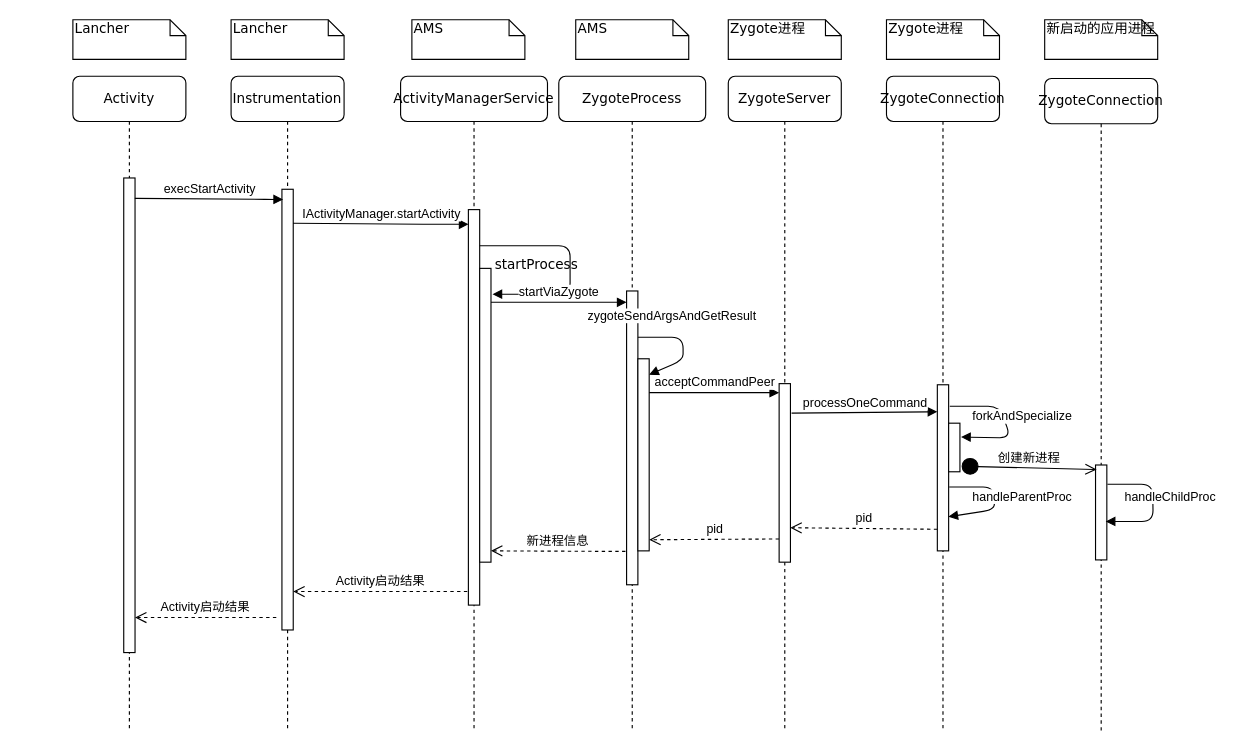
The draw.io diagram thesis/figure_intermediate/app_start.drawio in january147/Graduation_Project, before the edit. Source tidied: cells renumbered, new cells numbered last; positions are measured from the earlier drawing's top-left corner, leaving out a move shared by most shapes. Both pictures are drawn from the tidied source at 113%, with x=0, y=0 at pixel (72, 19).
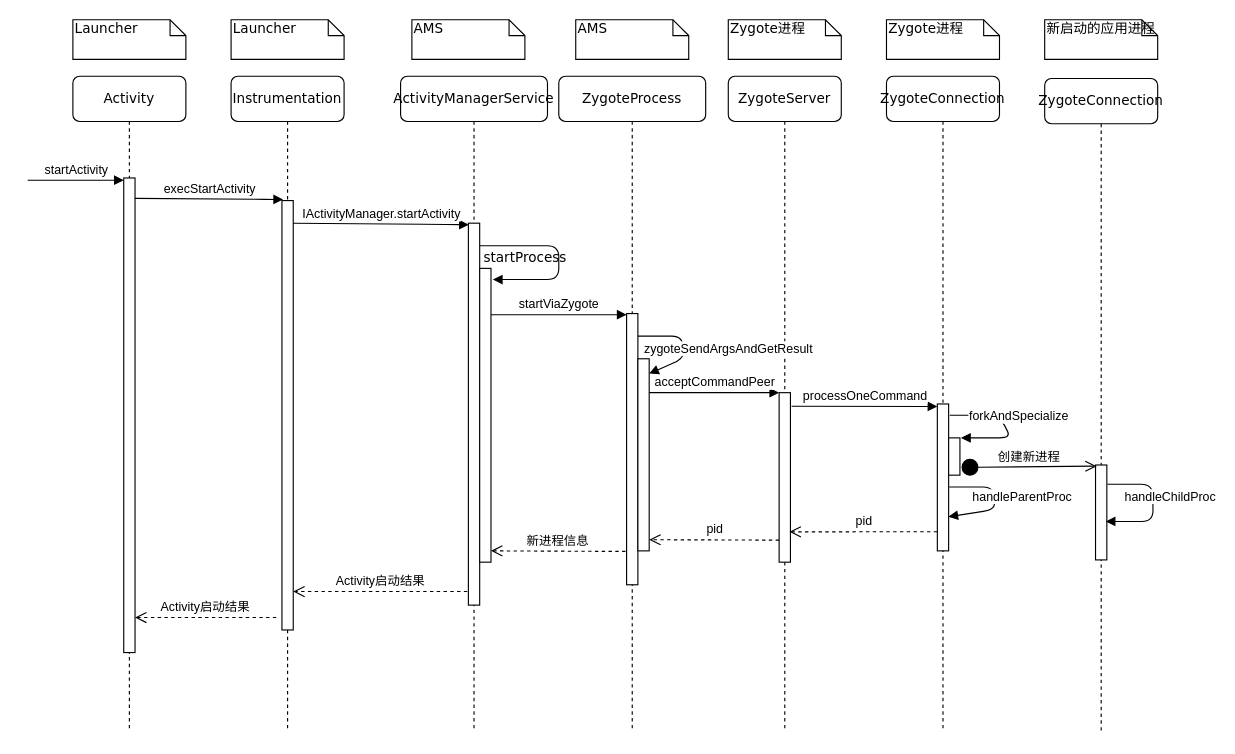
Above is the later version.

The change refers to these unchanged cells:
```xml
<mxCell id="2" value="&lt;div&gt;&lt;span&gt;Instrumentation&lt;/span&gt;&lt;/div&gt;" style="shape=umlLifeline;perimeter=lifelinePerimeter;whiteSpace=wrap;html=1;rounded=1;shadow=0;comic=0;labelBackgroundColor=none;strokeColor=#000000;strokeWidth=1;fillColor=#FFFFFF;fontFamily=Verdana;fontSize=12;fontColor=#000000;align=center;" parent="1" vertex="1">
  <mxGeometry x="140" y="50" width="100" height="580" as="geometry" />
</mxCell>
<mxCell id="4" value="ActivityManagerService" style="shape=umlLifeline;perimeter=lifelinePerimeter;whiteSpace=wrap;html=1;rounded=1;shadow=0;comic=0;labelBackgroundColor=none;strokeColor=#000000;strokeWidth=1;fillColor=#FFFFFF;fontFamily=Verdana;fontSize=12;fontColor=#000000;align=center;" parent="1" vertex="1">
  <mxGeometry x="290" y="50" width="130" height="580" as="geometry" />
</mxCell>
<mxCell id="7" value="ZygoteServer" style="shape=umlLifeline;perimeter=lifelinePerimeter;whiteSpace=wrap;html=1;rounded=1;shadow=0;comic=0;labelBackgroundColor=none;strokeColor=#000000;strokeWidth=1;fillColor=#FFFFFF;fontFamily=Verdana;fontSize=12;fontColor=#000000;align=center;" parent="1" vertex="1">
  <mxGeometry x="580" y="50" width="100" height="580" as="geometry" />
</mxCell>
<mxCell id="9" value="ZygoteConnection" style="shape=umlLifeline;perimeter=lifelinePerimeter;whiteSpace=wrap;html=1;rounded=1;shadow=0;comic=0;labelBackgroundColor=none;strokeColor=#000000;strokeWidth=1;fillColor=#FFFFFF;fontFamily=Verdana;fontSize=12;fontColor=#000000;align=center;" parent="1" vertex="1">
  <mxGeometry x="720" y="50" width="100" height="580" as="geometry" />
</mxCell>
<mxCell id="12" style="html=1;points=[];perimeter=orthogonalPerimeter;rounded=0;shadow=0;comic=0;labelBackgroundColor=none;strokeColor=#000000;strokeWidth=1;fillColor=#FFFFFF;fontFamily=Verdana;fontSize=12;fontColor=#000000;align=center;" parent="11" vertex="1">
  <mxGeometry x="45" y="342" width="10" height="84" as="geometry" />
</mxCell>
<mxCell id="26" style="html=1;points=[];perimeter=orthogonalPerimeter;rounded=0;shadow=0;comic=0;labelBackgroundColor=none;strokeColor=#000000;strokeWidth=1;fillColor=#FFFFFF;fontFamily=Verdana;fontSize=12;fontColor=#000000;align=center;" parent="1" vertex="1">
  <mxGeometry x="360" y="220" width="10" height="260" as="geometry" />
</mxCell>
```

Change to the diagram source:
```diff
@@
     <mxCell id="3" style="html=1;perimeter=orthogonalPerimeter;rounded=0;shadow=0;comic=0;labelBackgroundColor=none;strokeColor=#000000;strokeWidth=1;fillColor=#FFFFFF;fontFamily=Verdana;fontSize=12;fontColor=#000000;align=center;" parent="2" vertex="1">
-      <mxGeometry x="45" y="100" width="10" height="390" as="geometry" />
+      <mxGeometry x="45" y="110" width="10" height="380" as="geometry" />
     </mxCell>
@@
     <mxCell id="5" style="html=1;points=[];perimeter=orthogonalPerimeter;rounded=0;shadow=0;comic=0;labelBackgroundColor=none;strokeColor=#000000;strokeWidth=1;fillColor=#FFFFFF;fontFamily=Verdana;fontSize=12;fontColor=#000000;align=center;" parent="4" vertex="1">
-      <mxGeometry x="60" y="118" width="10" height="350" as="geometry" />
+      <mxGeometry x="60" y="130" width="10" height="338" as="geometry" />
     </mxCell>
@@
     <mxCell id="8" style="html=1;points=[];perimeter=orthogonalPerimeter;rounded=0;shadow=0;comic=0;labelBackgroundColor=none;strokeColor=#000000;strokeWidth=1;fillColor=#FFFFFF;fontFamily=Verdana;fontSize=12;fontColor=#000000;align=center;" parent="7" vertex="1">
-      <mxGeometry x="45" y="272" width="10" height="158" as="geometry" />
+      <mxGeometry x="45" y="280" width="10" height="150" as="geometry" />
     </mxCell>
@@
     <mxCell id="10" style="html=1;points=[];perimeter=orthogonalPerimeter;rounded=0;shadow=0;comic=0;labelBackgroundColor=none;strokeColor=#000000;strokeWidth=1;fillColor=#FFFFFF;fontFamily=Verdana;fontSize=12;fontColor=#000000;align=center;" parent="9" vertex="1">
-      <mxGeometry x="45" y="273" width="10" height="147" as="geometry" />
+      <mxGeometry x="45" y="290" width="10" height="130" as="geometry" />
     </mxCell>
@@
     <mxCell id="15" style="html=1;points=[];perimeter=orthogonalPerimeter;rounded=0;shadow=0;comic=0;labelBackgroundColor=none;strokeColor=#000000;strokeWidth=1;fillColor=#FFFFFF;fontFamily=Verdana;fontSize=12;fontColor=#000000;align=center;" parent="1" vertex="1">
-      <mxGeometry x="490" y="240" width="10" height="260" as="geometry" />
+      <mxGeometry x="490" y="260" width="10" height="240" as="geometry" />
     </mxCell>
-    <mxCell id="16" value="startProcess" style="html=1;verticalAlign=bottom;endArrow=block;labelBackgroundColor=none;fontFamily=Verdana;fontSize=12;edgeStyle=elbowEdgeStyle;elbow=vertical;entryX=1.134;entryY=0.088;entryDx=0;entryDy=0;entryPerimeter=0;" parent="1" edge="1" source="5" target="26">
-      <mxGeometry x="0.11" y="-30" relative="1" as="geometry">
+    <mxCell id="16" value="startProcess" style="html=1;verticalAlign=bottom;endArrow=block;labelBackgroundColor=none;fontFamily=Verdana;fontSize=12;edgeStyle=elbowEdgeStyle;elbow=vertical;entryX=1.167;entryY=0.038;entryDx=0;entryDy=0;entryPerimeter=0;" parent="1" edge="1" source="5" target="26">
+      <mxGeometry x="0.14" y="-30" relative="1" as="geometry">
         <Array as="points">
+          <mxPoint x="430" y="200" />
           <mxPoint x="440" y="200" />
           <mxPoint x="360" y="190" />
         </Array>
       </mxGeometry>
     </mxCell>
-    <mxCell id="17" value="Lancher" style="shape=note;whiteSpace=wrap;html=1;size=14;verticalAlign=top;align=left;spacingTop=-6;rounded=0;shadow=0;comic=0;labelBackgroundColor=none;strokeColor=#000000;strokeWidth=1;fillColor=#FFFFFF;fontFamily=Verdana;fontSize=12;fontColor=#000000;" parent="1" vertex="1">
+    <mxCell id="17" value="Launcher" style="shape=note;whiteSpace=wrap;html=1;size=14;verticalAlign=top;align=left;spacingTop=-6;rounded=0;shadow=0;comic=0;labelBackgroundColor=none;strokeColor=#000000;strokeWidth=1;fillColor=#FFFFFF;fontFamily=Verdana;fontSize=12;fontColor=#000000;" parent="1" vertex="1">
       <mxGeometry width="100" height="35" as="geometry" />
     </mxCell>
-    <mxCell id="18" value="Lancher" style="shape=note;whiteSpace=wrap;html=1;size=14;verticalAlign=top;align=left;spacingTop=-6;rounded=0;shadow=0;comic=0;labelBackgroundColor=none;strokeColor=#000000;strokeWidth=1;fillColor=#FFFFFF;fontFamily=Verdana;fontSize=12;fontColor=#000000;" parent="1" vertex="1">
+    <mxCell id="18" value="Launcher" style="shape=note;whiteSpace=wrap;html=1;size=14;verticalAlign=top;align=left;spacingTop=-6;rounded=0;shadow=0;comic=0;labelBackgroundColor=none;strokeColor=#000000;strokeWidth=1;fillColor=#FFFFFF;fontFamily=Verdana;fontSize=12;fontColor=#000000;" parent="1" vertex="1">
       <mxGeometry x="140" width="100" height="35" as="geometry" />
     </mxCell>
@@
-    <mxCell id="24" value="&lt;div&gt;IActivityManager.startActivity&lt;/div&gt;" style="html=1;verticalAlign=bottom;endArrow=block;exitX=0.986;exitY=0.023;exitDx=0;exitDy=0;exitPerimeter=0;entryX=0.014;entryY=0.037;entryDx=0;entryDy=0;entryPerimeter=0;" parent="1" edge="1" target="5">
+    <mxCell id="24" value="&lt;div&gt;IActivityManager.startActivity&lt;/div&gt;" style="html=1;verticalAlign=bottom;endArrow=block;exitX=0.986;exitY=0.023;exitDx=0;exitDy=0;exitPerimeter=0;entryX=0.038;entryY=0.004;entryDx=0;entryDy=0;entryPerimeter=0;" parent="1" edge="1" target="5">
       <mxGeometry relative="1" as="geometry">
         <mxPoint x="194.8" y="180.1" as="sourcePoint" />
         <Array as="points">
           <mxPoint x="320" y="181" />
         </Array>
       </mxGeometry>
     </mxCell>
@@
-    <mxCell id="27" value="startViaZygote" style="html=1;verticalAlign=bottom;endArrow=block;" parent="1" edge="1" target="15">
+    <mxCell id="27" value="startViaZygote" style="html=1;verticalAlign=bottom;endArrow=block;" parent="1" edge="1">
       <mxGeometry relative="1" as="geometry">
-        <mxPoint x="370" y="250" as="sourcePoint" />
+        <mxPoint x="370" y="261" as="sourcePoint" />
+        <mxPoint x="490" y="261" as="targetPoint" />
       </mxGeometry>
     </mxCell>
     <mxCell id="28" value="&lt;div&gt;&lt;span&gt;zygoteSendArgsAndGetResult&lt;/span&gt;&lt;/div&gt;" style="html=1;verticalAlign=bottom;endArrow=block;entryX=0.997;entryY=0.114;entryDx=0;entryDy=0;entryPerimeter=0;" parent="1" edge="1">
-      <mxGeometry x="-0.35" y="10" relative="1" as="geometry">
-        <mxPoint x="500" y="281" as="sourcePoint" />
-        <mxPoint x="510" y="314.1" as="targetPoint" />
+      <mxGeometry x="0.29" y="40" relative="1" as="geometry">
+        <mxPoint x="500" y="280" as="sourcePoint" />
+        <mxPoint x="510" y="313.1" as="targetPoint" />
         <Array as="points">
-          <mxPoint x="540" y="281" />
-          <mxPoint x="540" y="301" />
+          <mxPoint x="540" y="280" />
+          <mxPoint x="540" y="300" />
         </Array>
+        <mxPoint x="24" y="-37" as="offset" />
       </mxGeometry>
     </mxCell>
@@
-    <mxCell id="34" value="processOneCommand" style="html=1;verticalAlign=bottom;endArrow=block;entryX=0;entryY=0.163;entryDx=0;entryDy=0;entryPerimeter=0;exitX=1.1;exitY=0.165;exitDx=0;exitDy=0;exitPerimeter=0;" parent="1" edge="1" source="8" target="10">
-      <mxGeometry relative="1" as="geometry" />
+    <mxCell id="34" value="processOneCommand" style="html=1;verticalAlign=bottom;endArrow=block;entryX=0;entryY=0.163;entryDx=0;entryDy=0;entryPerimeter=0;" parent="1" edge="1">
+      <mxGeometry relative="1" as="geometry">
+        <mxPoint x="636" y="342" as="sourcePoint" />
+        <mxPoint x="765" y="342.2" as="targetPoint" />
+      </mxGeometry>
     </mxCell>
-    <mxCell id="35" value="forkAndSpecialize" style="html=1;verticalAlign=bottom;endArrow=block;entryX=1.1;entryY=0.286;entryDx=0;entryDy=0;entryPerimeter=0;" parent="1" edge="1" target="40">
+    <mxCell id="35" value="forkAndSpecialize" style="html=1;verticalAlign=bottom;endArrow=block;" parent="1" edge="1">
       <mxGeometry x="0.25" y="-14" relative="1" as="geometry">
-        <mxPoint x="776" y="342" as="sourcePoint" />
+        <mxPoint x="776" y="350" as="sourcePoint" />
+        <mxPoint x="786" y="370" as="targetPoint" />
         <Array as="points">
-          <mxPoint x="820" y="342" />
+          <mxPoint x="820" y="350" />
           <mxPoint x="830" y="370" />
         </Array>
         <mxPoint x="10" y="4" as="offset" />
       </mxGeometry>
     </mxCell>
@@
-    <mxCell id="37" value="pid&lt;br&gt;" style="html=1;verticalAlign=bottom;endArrow=open;dashed=1;endSize=8;entryX=0.99;entryY=0.807;entryDx=0;entryDy=0;entryPerimeter=0;exitX=-0.01;exitY=0.87;exitDx=0;exitDy=0;exitPerimeter=0;" parent="1" edge="1" source="10" target="8">
+    <mxCell id="37" value="pid&lt;br&gt;" style="html=1;verticalAlign=bottom;endArrow=open;dashed=1;endSize=8;entryX=0.917;entryY=0.821;entryDx=0;entryDy=0;entryPerimeter=0;exitX=-0.01;exitY=0.87;exitDx=0;exitDy=0;exitPerimeter=0;" parent="1" edge="1" source="10" target="8">
       <mxGeometry relative="1" as="geometry" />
     </mxCell>
@@
     <mxCell id="40" style="html=1;points=[];perimeter=orthogonalPerimeter;rounded=0;shadow=0;comic=0;labelBackgroundColor=none;strokeColor=#000000;strokeWidth=1;fillColor=#FFFFFF;fontFamily=Verdana;fontSize=12;fontColor=#000000;align=center;" parent="1" vertex="1">
-      <mxGeometry x="775" y="357" width="10" height="43" as="geometry" />
+      <mxGeometry x="775" y="370" width="10" height="33" as="geometry" />
     </mxCell>
-    <mxCell id="41" value="创建新进程" style="html=1;verticalAlign=bottom;startArrow=circle;startFill=1;endArrow=open;startSize=6;endSize=8;exitX=1.1;exitY=0.884;exitDx=0;exitDy=0;exitPerimeter=0;entryX=0.1;entryY=0.048;entryDx=0;entryDy=0;entryPerimeter=0;" parent="1" edge="1" source="40" target="12">
-      <mxGeometry relative="1" as="geometry" />
+    <mxCell id="41" value="创建新进程" style="html=1;verticalAlign=bottom;startArrow=circle;startFill=1;endArrow=open;startSize=6;endSize=8;exitX=1.1;exitY=0.884;exitDx=0;exitDy=0;exitPerimeter=0;" parent="1" edge="1">
+      <mxGeometry relative="1" as="geometry">
+        <mxPoint x="785.9" y="396.1" as="sourcePoint" />
+        <mxPoint x="906" y="395" as="targetPoint" />
+      </mxGeometry>
     </mxCell>
+    <mxCell id="42" value="startActivity" style="html=1;verticalAlign=bottom;endArrow=block;" parent="1" edge="1">
+      <mxGeometry relative="1" as="geometry">
+        <mxPoint x="-40" y="142" as="sourcePoint" />
+        <mxPoint x="45" y="142" as="targetPoint" />
+        <Array as="points">
+          <mxPoint x="39" y="142" />
+        </Array>
+      </mxGeometry>
+    </mxCell>
```
